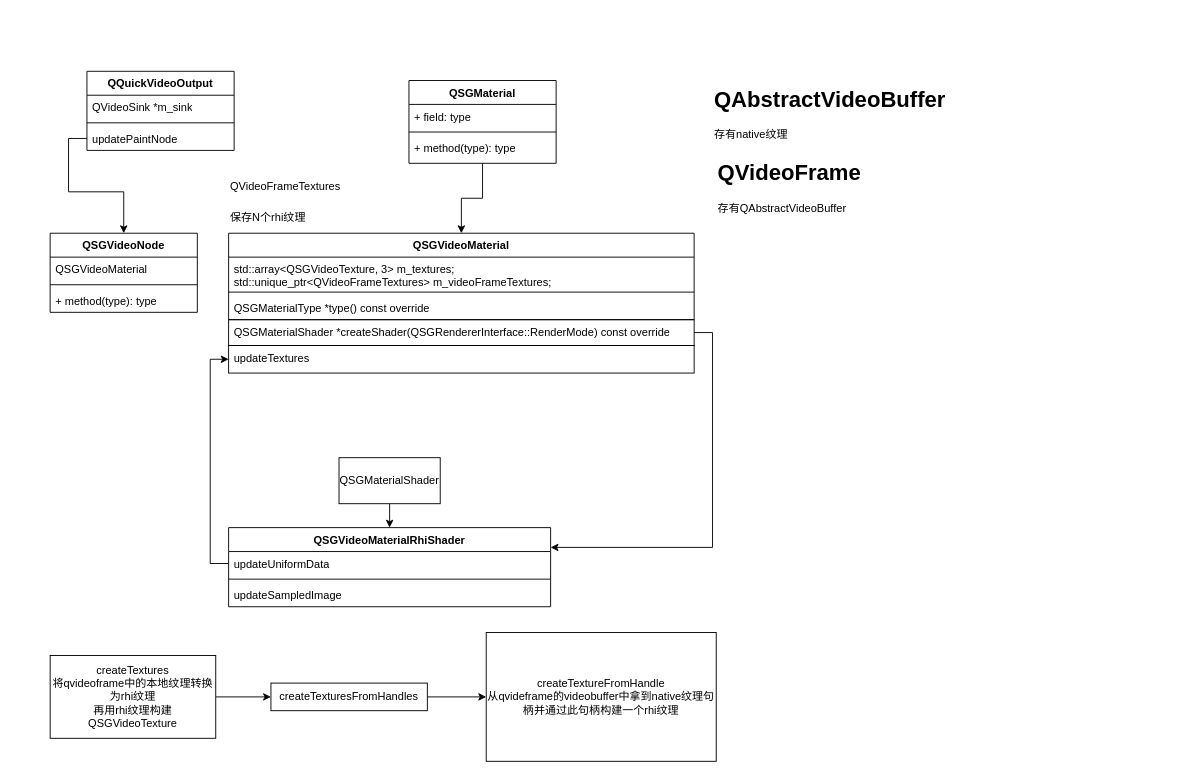
This is qsgvideonode.drawio from dosmlp/drawio, a draw.io file, before an edit. Source tidied: cells renumbered, new cells numbered last; positions are measured from the earlier drawing's top-left corner, leaving out a move shared by most shapes. Both pictures are drawn from the tidied source at 92%, with x=0, y=0 at pixel (50, 71).
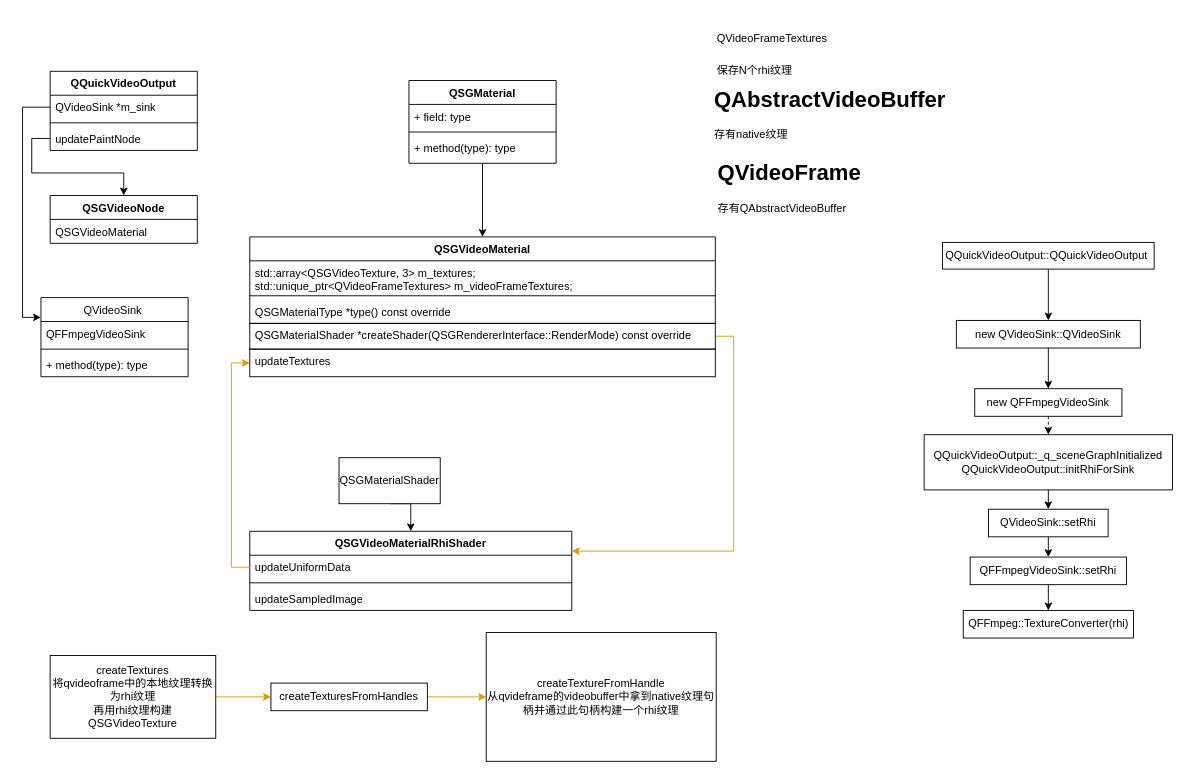
The same page after the edit.

The change refers to these unchanged cells:
```xml
<mxCell id="16" value="updateUniformData" style="text;strokeColor=none;fillColor=none;align=left;verticalAlign=top;spacingLeft=4;spacingRight=4;overflow=hidden;points=[[0,0.5],[1,0.5]];portConstraint=eastwest;whiteSpace=wrap;html=1;" parent="15" vertex="1">
  <mxGeometry y="26" width="350" height="26" as="geometry" />
</mxCell>
<mxCell id="26" value="createTextures&lt;div&gt;将qvideoframe中的本地纹理转换为rhi纹理&lt;/div&gt;&lt;div&gt;再用rhi纹理构建QSGVideoTexture&lt;/div&gt;" style="rounded=0;whiteSpace=wrap;html=1;" parent="1" vertex="1">
  <mxGeometry y="635" width="180" height="90" as="geometry" />
</mxCell>
<mxCell id="28" value="createTexturesFromHandles" style="rounded=0;whiteSpace=wrap;html=1;" parent="1" vertex="1">
  <mxGeometry x="240" y="665" width="170" height="30" as="geometry" />
</mxCell>
<mxCell id="29" value="createTextureFromHandle&lt;div&gt;从qvideframe的videobuffer中拿到native纹理句柄并通过此句柄构建一个rhi纹理&lt;/div&gt;" style="rounded=0;whiteSpace=wrap;html=1;" parent="1" vertex="1">
  <mxGeometry x="474" y="610" width="250" height="140" as="geometry" />
</mxCell>
<mxCell id="34" value="QVideoSink *m_sink" style="text;strokeColor=none;fillColor=none;align=left;verticalAlign=top;spacingLeft=4;spacingRight=4;overflow=hidden;points=[[0,0.5],[1,0.5]];portConstraint=eastwest;whiteSpace=wrap;html=1;" parent="33" vertex="1">
  <mxGeometry y="26" width="160" height="26" as="geometry" />
</mxCell>
```

The edit, as a diff of the source:
```diff
@@
     <mxCell id="2" value="QSGVideoNode" style="swimlane;fontStyle=1;align=center;verticalAlign=top;horizontal=1;startSize=26;whiteSpace=wrap;html=1;" parent="1" vertex="1">
-      <mxGeometry y="176" width="160" height="86" as="geometry" />
+      <mxGeometry y="135" width="160" height="52" as="geometry" />
     </mxCell>
@@
-    <mxCell id="4" style="line;strokeWidth=1;fillColor=none;align=left;verticalAlign=middle;spacingTop=-1;spacingLeft=3;spacingRight=3;labelPosition=right;strokeColor=inherit;" parent="2" vertex="1">
-      <mxGeometry y="52" width="160" height="8" as="geometry" />
-    </mxCell>
-    <mxCell id="5" value="+ method(type): type" style="text;strokeColor=none;fillColor=none;align=left;verticalAlign=top;spacingLeft=4;spacingRight=4;overflow=hidden;whiteSpace=wrap;html=1;" parent="2" vertex="1">
-      <mxGeometry y="60" width="160" height="26" as="geometry" />
-    </mxCell>
-    <mxCell id="6" value="QSGVideoMaterial" style="swimlane;fontStyle=1;align=center;verticalAlign=top;horizontal=1;startSize=26;whiteSpace=wrap;html=1;" parent="1" vertex="1">
-      <mxGeometry x="194" y="176" width="506" height="94" as="geometry" />
-    </mxCell>
-    <mxCell id="7" value="&lt;div&gt;std::array&amp;lt;QSGVideoTexture, 3&amp;gt; m_textures;&lt;/div&gt;&lt;div&gt;std::unique_ptr&amp;lt;QVideoFrameTextures&amp;gt; m_videoFrameTextures;&lt;/div&gt;" style="text;strokeColor=none;fillColor=none;align=left;verticalAlign=top;spacingLeft=4;spacingRight=4;overflow=hidden;whiteSpace=wrap;html=1;" parent="6" vertex="1">
-      <mxGeometry y="26" width="506" height="34" as="geometry" />
-    </mxCell>
-    <mxCell id="8" style="line;strokeWidth=1;fillColor=none;align=left;verticalAlign=middle;spacingTop=-1;spacingLeft=3;spacingRight=3;labelPosition=right;strokeColor=inherit;" parent="6" vertex="1">
-      <mxGeometry y="60" width="506" height="8" as="geometry" />
-    </mxCell>
-    <mxCell id="9" value="QSGMaterialType *type() const override" style="text;strokeColor=none;fillColor=none;align=left;verticalAlign=top;spacingLeft=4;spacingRight=4;overflow=hidden;whiteSpace=wrap;html=1;" parent="6" vertex="1">
-      <mxGeometry y="68" width="506" height="26" as="geometry" />
-    </mxCell>
@@
     <mxCell id="15" value="QSGVideoMaterialRhiShader" style="swimlane;fontStyle=1;align=center;verticalAlign=top;horizontal=1;startSize=26;whiteSpace=wrap;html=1;" parent="1" vertex="1">
-      <mxGeometry x="194" y="496" width="350" height="86" as="geometry" />
+      <mxGeometry x="217" y="500" width="350" height="86" as="geometry" />
     </mxCell>
@@
-    <mxCell id="21" style="edgeStyle=orthogonalEdgeStyle;rounded=0;jettySize=auto;html=1;entryX=1;entryY=0.25;entryDx=0;entryDy=0;exitX=1;exitY=0.5;exitDx=0;exitDy=0;" parent="1" edge="1" source="22" target="15">
+    <mxCell id="21" style="edgeStyle=orthogonalEdgeStyle;rounded=0;jettySize=auto;html=1;entryX=1;entryY=0.25;entryDx=0;entryDy=0;exitX=1;exitY=0.5;exitDx=0;exitDy=0;fillColor=#ffe6cc;strokeColor=#d79b00;" parent="1" edge="1" source="22" target="15">
       <mxGeometry relative="1" as="geometry" />
     </mxCell>
-    <mxCell id="22" value="QSGMaterialShader *createShader(QSGRendererInterface::RenderMode) const override" style="text;strokeColor=default;fillColor=none;align=left;verticalAlign=top;spacingLeft=4;spacingRight=4;overflow=hidden;points=[[0,0.5],[1,0.5]];portConstraint=eastwest;whiteSpace=wrap;html=1;" parent="1" vertex="1">
-      <mxGeometry x="194" y="270" width="506" height="28" as="geometry" />
-    </mxCell>
-    <mxCell id="23" value="updateTextures" style="text;strokeColor=default;fillColor=none;align=left;verticalAlign=top;spacingLeft=4;spacingRight=4;overflow=hidden;points=[[0,0.5],[1,0.5]];portConstraint=eastwest;whiteSpace=wrap;html=1;" parent="1" vertex="1">
-      <mxGeometry x="194" y="298" width="506" height="30" as="geometry" />
-    </mxCell>
-    <mxCell id="24" style="edgeStyle=orthogonalEdgeStyle;rounded=0;jettySize=auto;html=1;exitX=0;exitY=0.5;exitDx=0;exitDy=0;entryX=0;entryY=0.5;entryDx=0;entryDy=0;" parent="1" edge="1" source="16" target="23">
+    <mxCell id="24" style="edgeStyle=orthogonalEdgeStyle;rounded=0;jettySize=auto;html=1;exitX=0;exitY=0.5;exitDx=0;exitDy=0;entryX=0;entryY=0.5;entryDx=0;entryDy=0;fillColor=#ffe6cc;strokeColor=#d79b00;" parent="1" edge="1" source="16" target="23">
       <mxGeometry relative="1" as="geometry" />
     </mxCell>
-    <mxCell id="25" style="edgeStyle=orthogonalEdgeStyle;rounded=0;jettySize=auto;html=1;" parent="1" edge="1" source="26" target="28">
+    <mxCell id="25" style="edgeStyle=orthogonalEdgeStyle;rounded=0;jettySize=auto;html=1;fillColor=#ffe6cc;strokeColor=#d79b00;" parent="1" edge="1" source="26" target="28">
       <mxGeometry relative="1" as="geometry" />
     </mxCell>
@@
-    <mxCell id="27" style="edgeStyle=orthogonalEdgeStyle;rounded=0;jettySize=auto;html=1;" parent="1" edge="1" source="28" target="29">
+    <mxCell id="27" style="edgeStyle=orthogonalEdgeStyle;rounded=0;jettySize=auto;html=1;fillColor=#ffe6cc;strokeColor=#d79b00;" parent="1" edge="1" source="28" target="29">
       <mxGeometry relative="1" as="geometry" />
     </mxCell>
@@
     <mxCell id="30" value="&lt;h1 style=&quot;margin-top: 0px;&quot;&gt;&lt;span style=&quot;font-size: 12px; font-weight: 400;&quot;&gt;QVideoFrameTextures&lt;/span&gt;&lt;br&gt;&lt;/h1&gt;&lt;div&gt;&lt;span style=&quot;font-size: 12px; font-weight: 400;&quot;&gt;保存N个rhi纹理&lt;/span&gt;&lt;/div&gt;" style="text;html=1;whiteSpace=wrap;overflow=hidden;rounded=0;" parent="1" vertex="1">
-      <mxGeometry x="194" y="100" width="180" height="120" as="geometry" />
+      <mxGeometry x="723" y="-60" width="180" height="120" as="geometry" />
     </mxCell>
@@
     <mxCell id="33" value="QQuickVideoOutput" style="swimlane;fontStyle=1;align=center;verticalAlign=top;horizontal=1;startSize=26;whiteSpace=wrap;html=1;" parent="1" vertex="1">
-      <mxGeometry x="40" width="160" height="86" as="geometry" />
+      <mxGeometry width="160" height="86" as="geometry" />
     </mxCell>
@@
+    <mxCell id="38" style="edgeStyle=orthogonalEdgeStyle;rounded=0;jettySize=auto;html=1;entryX=0;entryY=0.25;entryDx=0;entryDy=0;" parent="1" edge="1" source="34" target="40">
+      <mxGeometry relative="1" as="geometry" />
+    </mxCell>
+    <mxCell id="39" style="group;" parent="1" vertex="1">
+      <mxGeometry x="217" y="180" width="506" height="152" as="geometry" />
+    </mxCell>
+    <mxCell id="6" value="QSGVideoMaterial" style="swimlane;fontStyle=1;align=center;verticalAlign=top;horizontal=1;startSize=26;whiteSpace=wrap;html=1;" parent="39" vertex="1">
+      <mxGeometry width="506" height="94" as="geometry" />
+    </mxCell>
+    <mxCell id="7" value="&lt;div&gt;std::array&amp;lt;QSGVideoTexture, 3&amp;gt; m_textures;&lt;/div&gt;&lt;div&gt;std::unique_ptr&amp;lt;QVideoFrameTextures&amp;gt; m_videoFrameTextures;&lt;/div&gt;" style="text;strokeColor=none;fillColor=none;align=left;verticalAlign=top;spacingLeft=4;spacingRight=4;overflow=hidden;whiteSpace=wrap;html=1;" parent="6" vertex="1">
+      <mxGeometry y="26" width="506" height="34" as="geometry" />
+    </mxCell>
+    <mxCell id="8" style="line;strokeWidth=1;fillColor=none;align=left;verticalAlign=middle;spacingTop=-1;spacingLeft=3;spacingRight=3;labelPosition=right;strokeColor=inherit;" parent="6" vertex="1">
+      <mxGeometry y="60" width="506" height="8" as="geometry" />
+    </mxCell>
+    <mxCell id="9" value="QSGMaterialType *type() const override" style="text;strokeColor=none;fillColor=none;align=left;verticalAlign=top;spacingLeft=4;spacingRight=4;overflow=hidden;whiteSpace=wrap;html=1;" parent="6" vertex="1">
+      <mxGeometry y="68" width="506" height="26" as="geometry" />
+    </mxCell>
+    <mxCell id="22" value="QSGMaterialShader *createShader(QSGRendererInterface::RenderMode) const override" style="text;strokeColor=default;fillColor=none;align=left;verticalAlign=top;spacingLeft=4;spacingRight=4;overflow=hidden;points=[[0,0.5],[1,0.5]];portConstraint=eastwest;whiteSpace=wrap;html=1;" parent="39" vertex="1">
+      <mxGeometry y="94" width="506" height="28" as="geometry" />
+    </mxCell>
+    <mxCell id="23" value="updateTextures" style="text;strokeColor=default;fillColor=none;align=left;verticalAlign=top;spacingLeft=4;spacingRight=4;overflow=hidden;points=[[0,0.5],[1,0.5]];portConstraint=eastwest;whiteSpace=wrap;html=1;" parent="39" vertex="1">
+      <mxGeometry y="122" width="506" height="30" as="geometry" />
+    </mxCell>
+    <mxCell id="40" value="&lt;span style=&quot;font-weight: 400; text-align: left;&quot;&gt;QVideoSink&amp;nbsp;&lt;/span&gt;" style="swimlane;fontStyle=1;align=center;verticalAlign=top;horizontal=1;startSize=26;whiteSpace=wrap;html=1;" parent="1" vertex="1">
+      <mxGeometry x="-10" y="246" width="160" height="86" as="geometry" />
+    </mxCell>
+    <mxCell id="41" value="&lt;span style=&quot;text-align: center;&quot;&gt;QFFmpegVideoSink&lt;/span&gt;" style="text;strokeColor=none;fillColor=none;align=left;verticalAlign=top;spacingLeft=4;spacingRight=4;overflow=hidden;whiteSpace=wrap;html=1;" parent="40" vertex="1">
+      <mxGeometry y="26" width="160" height="26" as="geometry" />
+    </mxCell>
+    <mxCell id="4" style="line;strokeWidth=1;fillColor=none;align=left;verticalAlign=middle;spacingTop=-1;spacingLeft=3;spacingRight=3;labelPosition=right;strokeColor=inherit;" parent="40" vertex="1">
+      <mxGeometry y="52" width="160" height="8" as="geometry" />
+    </mxCell>
+    <mxCell id="5" value="+ method(type): type" style="text;strokeColor=none;fillColor=none;align=left;verticalAlign=top;spacingLeft=4;spacingRight=4;overflow=hidden;whiteSpace=wrap;html=1;" parent="40" vertex="1">
+      <mxGeometry y="60" width="160" height="26" as="geometry" />
+    </mxCell>
+    <mxCell id="42" style="edgeStyle=orthogonalEdgeStyle;rounded=0;jettySize=auto;html=1;exitX=0.5;exitY=1;exitDx=0;exitDy=0;entryX=0.5;entryY=0;entryDx=0;entryDy=0;" parent="1" edge="1" source="43" target="45">
+      <mxGeometry relative="1" as="geometry" />
+    </mxCell>
+    <mxCell id="43" value="&lt;div&gt;QQuickVideoOutput::QQuickVideoOutput&amp;nbsp;&lt;/div&gt;" style="rounded=0;whiteSpace=wrap;html=1;" parent="1" vertex="1">
+      <mxGeometry x="970" y="186" width="230" height="29" as="geometry" />
+    </mxCell>
+    <mxCell id="44" style="edgeStyle=orthogonalEdgeStyle;rounded=0;jettySize=auto;html=1;exitX=0.5;exitY=1;exitDx=0;exitDy=0;" parent="1" edge="1" source="45" target="47">
+      <mxGeometry relative="1" as="geometry" />
+    </mxCell>
+    <mxCell id="45" value="&lt;div&gt;new QVideoSink::QVideoSink&lt;/div&gt;" style="rounded=0;whiteSpace=wrap;html=1;" parent="1" vertex="1">
+      <mxGeometry x="985" y="270.8" width="200" height="30" as="geometry" />
+    </mxCell>
+    <mxCell id="46" style="edgeStyle=orthogonalEdgeStyle;rounded=0;jettySize=auto;html=1;exitX=0.5;exitY=1;exitDx=0;exitDy=0;entryX=0.5;entryY=0;entryDx=0;entryDy=0;dashed=1;" parent="1" edge="1" source="47" target="53">
+      <mxGeometry relative="1" as="geometry" />
+    </mxCell>
+    <mxCell id="47" value="new QFFmpegVideoSink" style="rounded=0;whiteSpace=wrap;html=1;" parent="1" vertex="1">
+      <mxGeometry x="1005" y="345" width="160" height="30" as="geometry" />
+    </mxCell>
+    <mxCell id="48" style="edgeStyle=orthogonalEdgeStyle;rounded=0;jettySize=auto;html=1;exitX=0.5;exitY=1;exitDx=0;exitDy=0;entryX=0.5;entryY=0;entryDx=0;entryDy=0;" parent="1" edge="1" source="49" target="51">
+      <mxGeometry relative="1" as="geometry" />
+    </mxCell>
+    <mxCell id="49" value="QVideoSink::setRhi" style="rounded=0;whiteSpace=wrap;html=1;" parent="1" vertex="1">
+      <mxGeometry x="1020" y="476" width="130" height="30" as="geometry" />
+    </mxCell>
+    <mxCell id="50" style="edgeStyle=orthogonalEdgeStyle;rounded=0;jettySize=auto;html=1;exitX=0.5;exitY=1;exitDx=0;exitDy=0;entryX=0.5;entryY=0;entryDx=0;entryDy=0;" parent="1" edge="1" source="51" target="54">
+      <mxGeometry relative="1" as="geometry" />
+    </mxCell>
+    <mxCell id="51" value="QFFmpegVideoSink::setRhi" style="rounded=0;whiteSpace=wrap;html=1;" parent="1" vertex="1">
+      <mxGeometry x="1000" y="528" width="170" height="30" as="geometry" />
+    </mxCell>
+    <mxCell id="52" style="edgeStyle=orthogonalEdgeStyle;rounded=0;jettySize=auto;html=1;exitX=0.5;exitY=1;exitDx=0;exitDy=0;entryX=0.5;entryY=0;entryDx=0;entryDy=0;" parent="1" edge="1" source="53" target="49">
+      <mxGeometry relative="1" as="geometry" />
+    </mxCell>
+    <mxCell id="53" value="QQuickVideoOutput::_q_sceneGraphInitialized&lt;div&gt;QQuickVideoOutput::initRhiForSink&lt;br&gt;&lt;/div&gt;" style="rounded=0;whiteSpace=wrap;html=1;" parent="1" vertex="1">
+      <mxGeometry x="950" y="395" width="270" height="60" as="geometry" />
+    </mxCell>
+    <mxCell id="54" value="QFFmpeg::TextureConverter(rhi)" style="rounded=0;whiteSpace=wrap;html=1;" parent="1" vertex="1">
+      <mxGeometry x="992.5" y="586" width="185" height="30" as="geometry" />
+    </mxCell>
```
